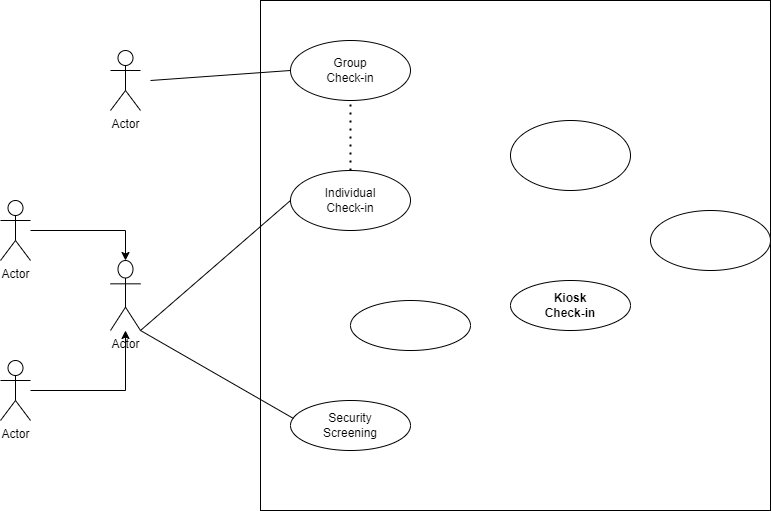
This is Business airport.drawio.png from stephenka00/hello-github-actions, a draw.io export, as it was before one commit. Source tidied: cells renumbered, new cells last; positions are measured from the earlier drawing's top-left corner, leaving out a move shared by most shapes.
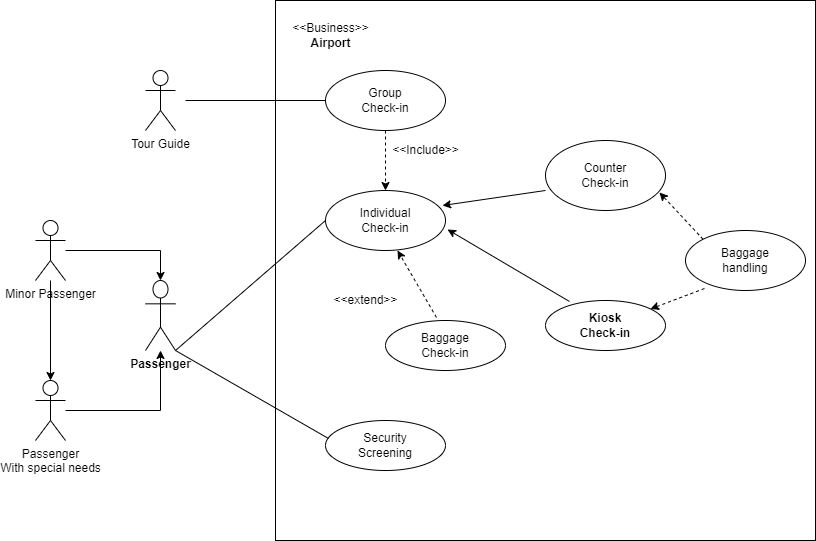
After the change.

Diff of the diagram source:
```diff
@@ -10,22 +10,22 @@
         <mxPoint x="125" y="260" as="targetPoint" />
       </mxGeometry>
     </mxCell>
-    <mxCell id="4" value="Actor" style="shape=umlActor;verticalLabelPosition=bottom;verticalAlign=top;html=1;outlineConnect=0;" parent="1" vertex="1">
+    <mxCell id="4" value="Passenger" style="shape=umlActor;verticalLabelPosition=bottom;verticalAlign=top;html=1;outlineConnect=0;fontStyle=1;" parent="1" vertex="1">
       <mxGeometry x="110" y="260" width="30" height="70" as="geometry" />
     </mxCell>
-    <mxCell id="5" value="Actor" style="shape=umlActor;verticalLabelPosition=bottom;verticalAlign=top;html=1;" parent="1" vertex="1">
+    <mxCell id="5" value="Tour Guide" style="shape=umlActor;verticalLabelPosition=bottom;verticalAlign=top;html=1;" parent="1" vertex="1">
       <mxGeometry x="110" y="50" width="30" height="60" as="geometry" />
     </mxCell>
     <mxCell id="6" style="whiteSpace=wrap;html=1;gradientColor=none;" parent="1" vertex="1">
-      <mxGeometry x="260" width="510" height="510" as="geometry" />
+      <mxGeometry x="240" y="-20" width="540" height="540" as="geometry" />
     </mxCell>
     <mxCell id="7" value="Group&lt;br&gt;Check-in" style="ellipse;whiteSpace=wrap;html=1;" parent="1" vertex="1">
-      <mxGeometry x="290" y="40" width="120" height="60" as="geometry" />
+      <mxGeometry x="290" y="50" width="120" height="60" as="geometry" />
     </mxCell>
-    <mxCell id="8" style="ellipse;whiteSpace=wrap;html=1;" parent="1" vertex="1">
+    <mxCell id="8" value="Counter&lt;br&gt;Check-in" style="ellipse;whiteSpace=wrap;html=1;" parent="1" vertex="1">
       <mxGeometry x="510" y="120" width="120" height="70" as="geometry" />
     </mxCell>
-    <mxCell id="9" style="ellipse;whiteSpace=wrap;html=1;" parent="1" vertex="1">
+    <mxCell id="9" value="Baggage&lt;br&gt;Check-in" style="ellipse;whiteSpace=wrap;html=1;" parent="1" vertex="1">
       <mxGeometry x="350" y="300" width="120" height="50" as="geometry" />
     </mxCell>
     <mxCell id="10" value="&lt;b&gt;Kiosk&lt;br&gt;Check-in&lt;br&gt;&lt;/b&gt;" style="ellipse;whiteSpace=wrap;html=1;" parent="1" vertex="1">
@@ -34,7 +34,7 @@
     <mxCell id="11" value="Security&lt;br&gt;Screening" style="ellipse;whiteSpace=wrap;html=1;" parent="1" vertex="1">
       <mxGeometry x="290" y="400" width="120" height="50" as="geometry" />
     </mxCell>
-    <mxCell id="12" style="ellipse;whiteSpace=wrap;html=1;" parent="1" vertex="1">
+    <mxCell id="12" value="Baggage&lt;br&gt;handling" style="ellipse;whiteSpace=wrap;html=1;" parent="1" vertex="1">
       <mxGeometry x="650" y="210" width="120" height="60" as="geometry" />
     </mxCell>
     <mxCell id="13" value="Individual&lt;br&gt;Check-in" style="ellipse;whiteSpace=wrap;html=1;" parent="1" vertex="1">
@@ -43,15 +43,13 @@
     <mxCell id="14" style="endArrow=none;html=1;rounded=0;exitX=1;exitY=1;exitDx=0;exitDy=0;exitPerimeter=0;entryX=0;entryY=0.5;entryDx=0;entryDy=0;" parent="1" edge="1" source="4" target="13">
       <mxGeometry relative="1" as="geometry" />
     </mxCell>
-    <mxCell id="15" style="endArrow=none;dashed=1;html=1;dashPattern=1 3;strokeWidth=2;rounded=0;" parent="1" edge="1" source="13">
-      <mxGeometry relative="1" as="geometry">
-        <mxPoint x="350" y="99.3" as="targetPoint" />
-      </mxGeometry>
-    </mxCell>
     <mxCell id="16" style="edgeStyle=orthogonalEdgeStyle;rounded=0;jettySize=auto;html=1;entryX=0.5;entryY=0;entryDx=0;entryDy=0;entryPerimeter=0;" parent="1" edge="1" source="17" target="4">
       <mxGeometry relative="1" as="geometry" />
     </mxCell>
+    <mxCell id="22" style="edgeStyle=orthogonalEdgeStyle;rounded=0;jettySize=auto;html=1;" parent="1" edge="1" source="17" target="21">
+      <mxGeometry relative="1" as="geometry" />
+    </mxCell>
-    <mxCell id="17" value="Actor" style="shape=umlActor;verticalLabelPosition=bottom;verticalAlign=top;html=1;outlineConnect=0;" parent="1" vertex="1">
+    <mxCell id="17" value="Minor Passenger" style="shape=umlActor;verticalLabelPosition=bottom;verticalAlign=top;html=1;outlineConnect=0;" parent="1" vertex="1">
       <mxGeometry y="200" width="30" height="60" as="geometry" />
     </mxCell>
     <mxCell id="18" style="endArrow=none;html=1;rounded=0;entryX=0;entryY=0.5;entryDx=0;entryDy=0;" parent="1" edge="1" target="7">
@@ -67,8 +65,35 @@
     <mxCell id="20" style="edgeStyle=orthogonalEdgeStyle;rounded=0;jettySize=auto;html=1;" parent="1" edge="1" source="21" target="4">
       <mxGeometry relative="1" as="geometry" />
     </mxCell>
-    <mxCell id="21" value="Actor" style="shape=umlActor;verticalLabelPosition=bottom;verticalAlign=top;html=1;outlineConnect=0;gradientColor=none;" parent="1" vertex="1">
+    <mxCell id="21" value="Passenger&lt;br&gt;With special needs" style="shape=umlActor;verticalLabelPosition=bottom;verticalAlign=top;html=1;outlineConnect=0;gradientColor=none;" parent="1" vertex="1">
       <mxGeometry y="360" width="30" height="60" as="geometry" />
     </mxCell>
+    <mxCell id="23" value="&amp;lt;&amp;lt;Include&amp;gt;&amp;gt;" style="text;html=1;align=center;verticalAlign=middle;strokeColor=none;fillColor=none;" parent="1" vertex="1">
+      <mxGeometry x="350" y="120" width="80" height="20" as="geometry" />
+    </mxCell>
+    <mxCell id="24" value="&amp;lt;&amp;lt;Business&amp;gt;&amp;gt;&lt;br&gt;&lt;b&gt;Airport&lt;/b&gt;" style="text;html=1;align=center;verticalAlign=middle;strokeColor=none;fillColor=none;" parent="1" vertex="1">
+      <mxGeometry x="250" width="90" height="30" as="geometry" />
+    </mxCell>
+    <mxCell id="25" style="endArrow=classic;html=1;rounded=0;dashed=1;exitX=0.425;exitY=-0.06;exitDx=0;exitDy=0;exitPerimeter=0;entryX=0.6;entryY=1;entryDx=0;entryDy=0;entryPerimeter=0;" parent="1" edge="1" source="9" target="13">
+      <mxGeometry relative="1" as="geometry" />
+    </mxCell>
+    <mxCell id="26" value="&amp;lt;&amp;lt;extend&amp;gt;&amp;gt;" style="text;html=1;align=center;verticalAlign=middle;strokeColor=none;fillColor=none;" parent="1" vertex="1">
+      <mxGeometry x="290" y="270" width="80" height="20" as="geometry" />
+    </mxCell>
+    <mxCell id="27" style="endArrow=classic;html=1;rounded=0;entryX=0.975;entryY=0.25;entryDx=0;entryDy=0;entryPerimeter=0;exitX=0;exitY=0.714;exitDx=0;exitDy=0;exitPerimeter=0;" parent="1" edge="1" source="8" target="13">
+      <mxGeometry relative="1" as="geometry" />
+    </mxCell>
+    <mxCell id="28" style="endArrow=classic;html=1;rounded=0;entryX=1.017;entryY=0.65;entryDx=0;entryDy=0;entryPerimeter=0;exitX=0.2;exitY=0.02;exitDx=0;exitDy=0;exitPerimeter=0;" parent="1" edge="1" source="10" target="13">
+      <mxGeometry relative="1" as="geometry" />
+    </mxCell>
+    <mxCell id="29" style="endArrow=classic;html=1;rounded=0;entryX=0.95;entryY=0.743;entryDx=0;entryDy=0;entryPerimeter=0;exitX=0;exitY=0;exitDx=0;exitDy=0;dashed=1;" parent="1" edge="1" source="12" target="8">
+      <mxGeometry relative="1" as="geometry" />
+    </mxCell>
+    <mxCell id="30" style="endArrow=classic;html=1;rounded=0;exitX=0.158;exitY=0.967;exitDx=0;exitDy=0;exitPerimeter=0;dashed=1;" parent="1" edge="1" source="12" target="10">
+      <mxGeometry relative="1" as="geometry" />
+    </mxCell>
+    <mxCell id="31" style="endArrow=classic;html=1;rounded=0;dashed=1;entryX=0.5;entryY=0;entryDx=0;entryDy=0;exitX=0.5;exitY=1;exitDx=0;exitDy=0;" parent="1" edge="1" source="7" target="13">
+      <mxGeometry relative="1" as="geometry" />
+    </mxCell>
   </root>
 </mxGraphModel>
```
